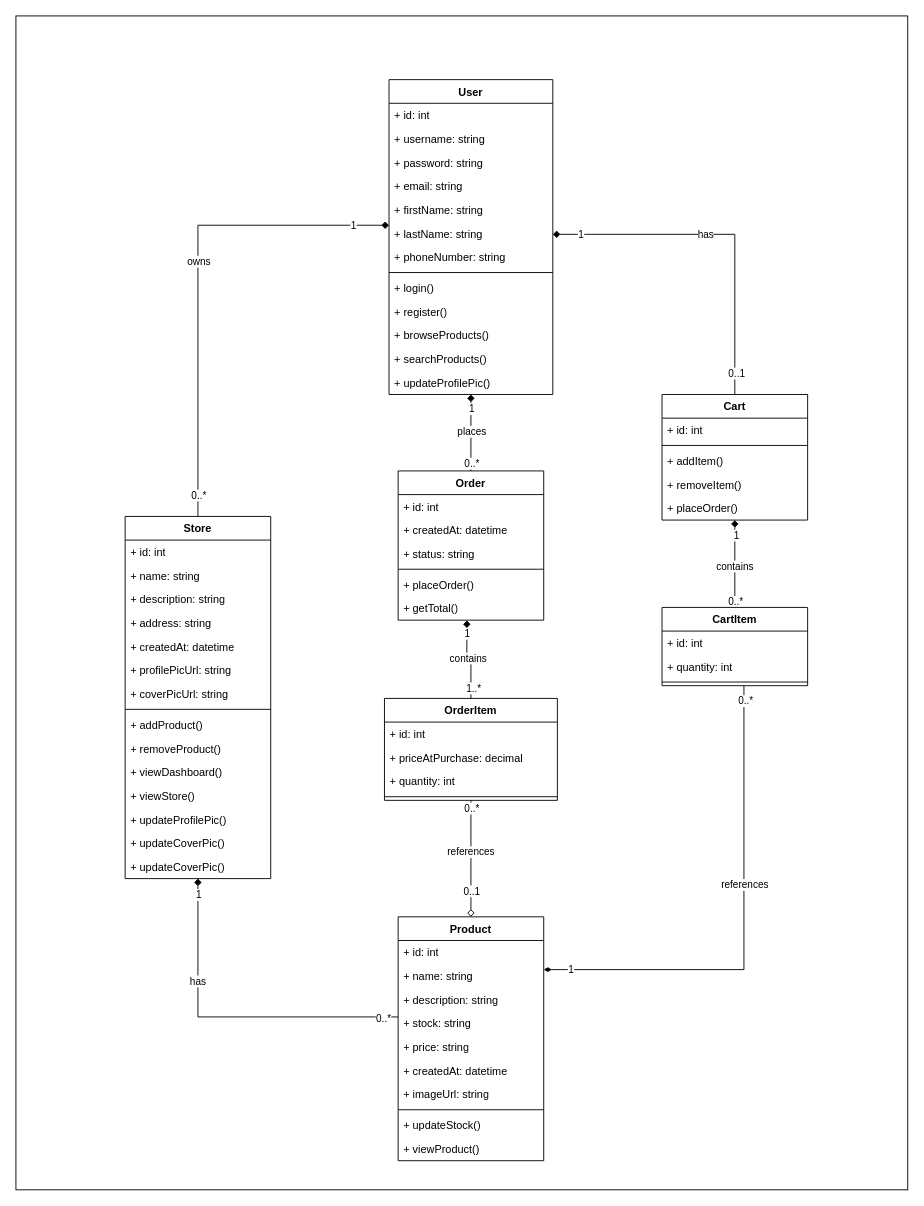
RHILIUS/drawio keeps this draw.io diagram as page "Class Diagram" (2 of 2) of E-Commerce API Use-case diagram.drawio. Above is the earlier version. Source tidied: cells renumbered, new cells numbered last; positions are measured from the earlier drawing's top-left corner, leaving out a move shared by most shapes. Both pictures are drawn from the tidied source at 91%, with x=0, y=0 at pixel (15, 15).
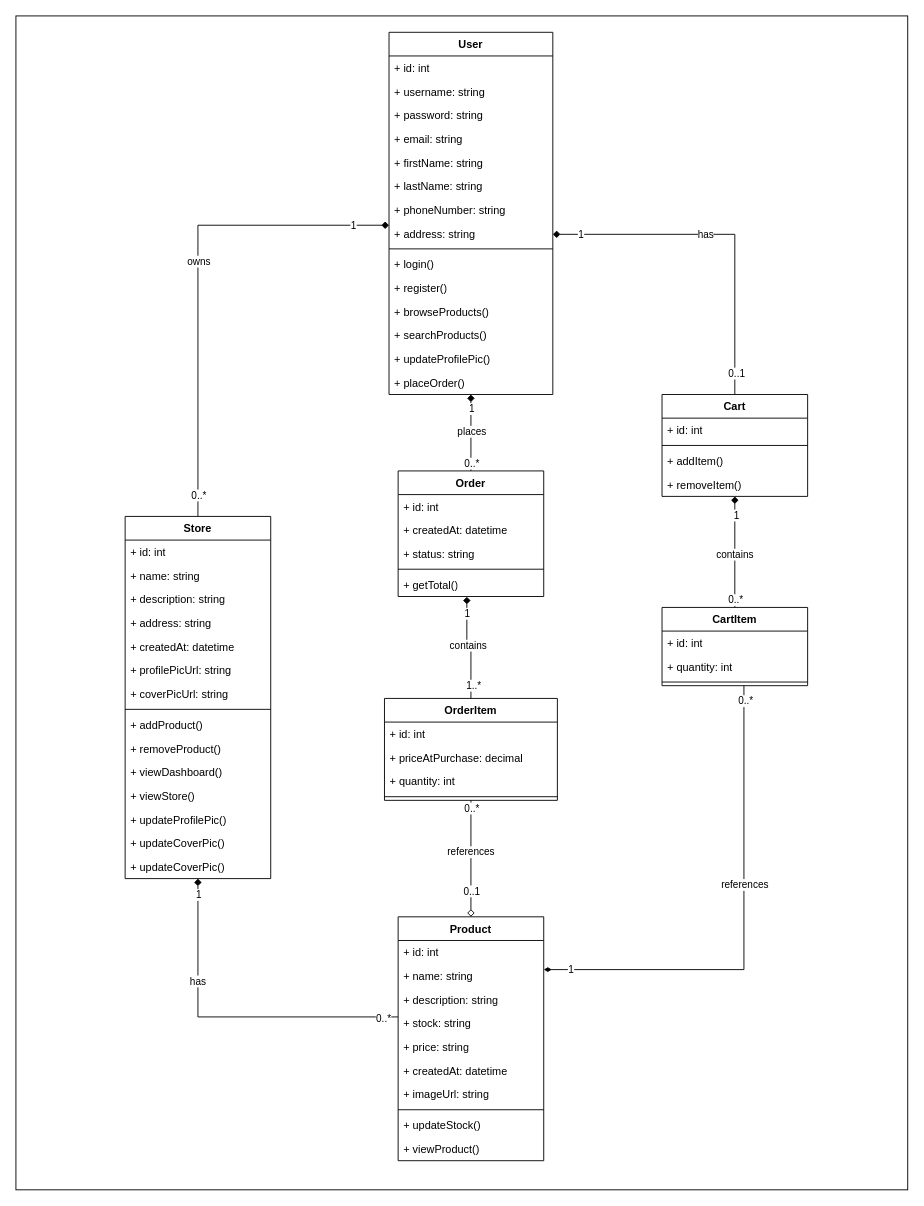
After the change.

What changed in the source:
```diff
@@
     <mxCell id="3" value="User" style="swimlane;fontStyle=1;align=center;verticalAlign=top;horizontal=1;startSize=26;whiteSpace=wrap;html=1;" parent="1" vertex="1">
-      <mxGeometry x="410" y="70" width="180" height="346" as="geometry" />
+      <mxGeometry x="410" y="18" width="180" height="398" as="geometry" />
     </mxCell>
@@
+    <mxCell id="98" value="+ address: string" style="text;strokeColor=none;fillColor=none;align=left;verticalAlign=top;spacingLeft=4;spacingRight=4;overflow=hidden;whiteSpace=wrap;html=1;" parent="3" vertex="1">
+      <mxGeometry y="208" width="180" height="26" as="geometry" />
+    </mxCell>
     <mxCell id="11" style="line;strokeWidth=1;fillColor=none;align=left;verticalAlign=middle;spacingTop=-1;spacingLeft=3;spacingRight=3;labelPosition=right;strokeColor=inherit;" parent="3" vertex="1">
-      <mxGeometry y="208" width="180" height="8" as="geometry" />
+      <mxGeometry y="234" width="180" height="8" as="geometry" />
     </mxCell>
     <mxCell id="12" value="+ login()" style="text;strokeColor=none;fillColor=none;align=left;verticalAlign=top;spacingLeft=4;spacingRight=4;overflow=hidden;whiteSpace=wrap;html=1;" parent="3" vertex="1">
-      <mxGeometry y="216" width="180" height="26" as="geometry" />
+      <mxGeometry y="242" width="180" height="26" as="geometry" />
     </mxCell>
     <mxCell id="13" value="+ register()" style="text;strokeColor=none;fillColor=none;align=left;verticalAlign=top;spacingLeft=4;spacingRight=4;overflow=hidden;whiteSpace=wrap;html=1;" parent="3" vertex="1">
-      <mxGeometry y="242" width="180" height="26" as="geometry" />
+      <mxGeometry y="268" width="180" height="26" as="geometry" />
     </mxCell>
     <mxCell id="14" value="+ browseProducts()" style="text;strokeColor=none;fillColor=none;align=left;verticalAlign=top;spacingLeft=4;spacingRight=4;overflow=hidden;whiteSpace=wrap;html=1;" parent="3" vertex="1">
-      <mxGeometry y="268" width="180" height="26" as="geometry" />
+      <mxGeometry y="294" width="180" height="26" as="geometry" />
     </mxCell>
     <mxCell id="15" value="+ searchProducts()" style="text;strokeColor=none;fillColor=none;align=left;verticalAlign=top;spacingLeft=4;spacingRight=4;overflow=hidden;whiteSpace=wrap;html=1;" parent="3" vertex="1">
-      <mxGeometry y="294" width="180" height="26" as="geometry" />
+      <mxGeometry y="320" width="180" height="26" as="geometry" />
     </mxCell>
     <mxCell id="16" value="+ updateProfilePic()" style="text;strokeColor=none;fillColor=none;align=left;verticalAlign=top;spacingLeft=4;spacingRight=4;overflow=hidden;whiteSpace=wrap;html=1;" parent="3" vertex="1">
-      <mxGeometry y="320" width="180" height="26" as="geometry" />
+      <mxGeometry y="346" width="180" height="26" as="geometry" />
     </mxCell>
+    <mxCell id="99" value="+ placeOrder()" style="text;strokeColor=none;fillColor=none;align=left;verticalAlign=top;spacingLeft=4;spacingRight=4;overflow=hidden;whiteSpace=wrap;html=1;" parent="3" vertex="1">
+      <mxGeometry y="372" width="180" height="26" as="geometry" />
+    </mxCell>
@@
     <mxCell id="21" value="Cart" style="swimlane;fontStyle=1;align=center;verticalAlign=top;horizontal=1;startSize=26;whiteSpace=wrap;html=1;" parent="1" vertex="1">
-      <mxGeometry x="710" y="416" width="160" height="138" as="geometry" />
+      <mxGeometry x="710" y="416" width="160" height="112" as="geometry" />
     </mxCell>
@@
-    <mxCell id="26" value="+ placeOrder()" style="text;strokeColor=none;fillColor=none;align=left;verticalAlign=top;spacingLeft=4;spacingRight=4;overflow=hidden;whiteSpace=wrap;html=1;" parent="21" vertex="1">
-      <mxGeometry y="112" width="160" height="26" as="geometry" />
-    </mxCell>
@@
     <mxCell id="54" value="Order" style="swimlane;fontStyle=1;align=center;verticalAlign=top;horizontal=1;startSize=26;whiteSpace=wrap;html=1;" parent="1" vertex="1">
-      <mxGeometry x="420" y="500" width="160" height="164" as="geometry" />
+      <mxGeometry x="420" y="500" width="160" height="138" as="geometry" />
     </mxCell>
@@
-    <mxCell id="59" value="+ placeOrder()" style="text;strokeColor=none;fillColor=none;align=left;verticalAlign=top;spacingLeft=4;spacingRight=4;overflow=hidden;whiteSpace=wrap;html=1;" parent="54" vertex="1">
-      <mxGeometry y="112" width="160" height="26" as="geometry" />
-    </mxCell>
     <mxCell id="60" value="+ getTotal()" style="text;strokeColor=none;fillColor=none;align=left;verticalAlign=top;spacingLeft=4;spacingRight=4;overflow=hidden;points=[[0,0.5],[1,0.5]];portConstraint=eastwest;whiteSpace=wrap;html=1;" parent="54" vertex="1">
-      <mxGeometry y="138" width="160" height="26" as="geometry" />
+      <mxGeometry y="112" width="160" height="26" as="geometry" />
     </mxCell>
```
